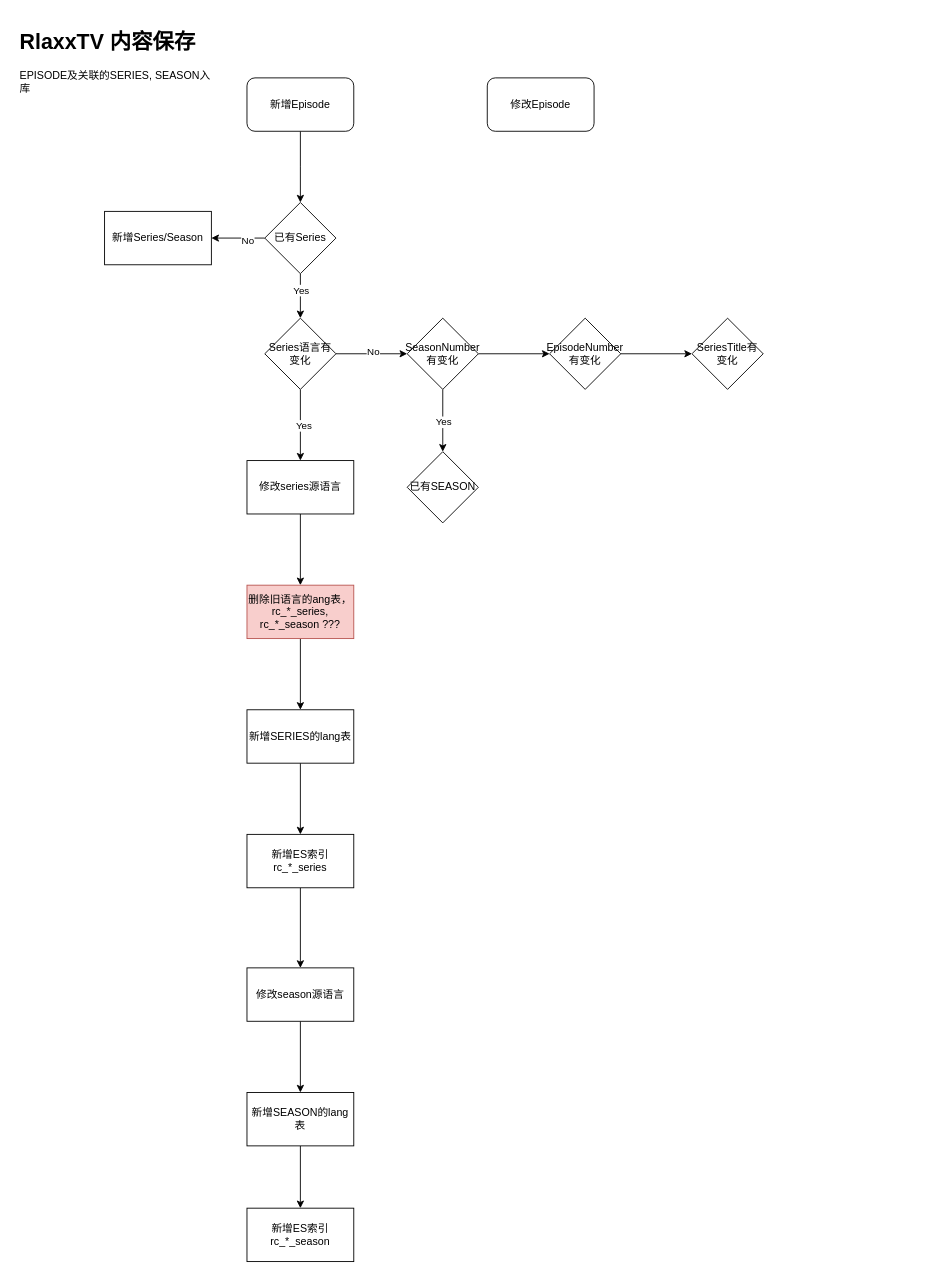
This is update/RlaxxTV内容保存.drawio from stevezhouht/baiduCDP, a draw.io file, before an edit. Source tidied: cells renumbered, new cells numbered last; positions are measured from the earlier drawing's top-left corner, leaving out a move shared by most shapes. Both pictures are drawn from the tidied source at 89%, with x=0, y=0 at pixel (15, 24).
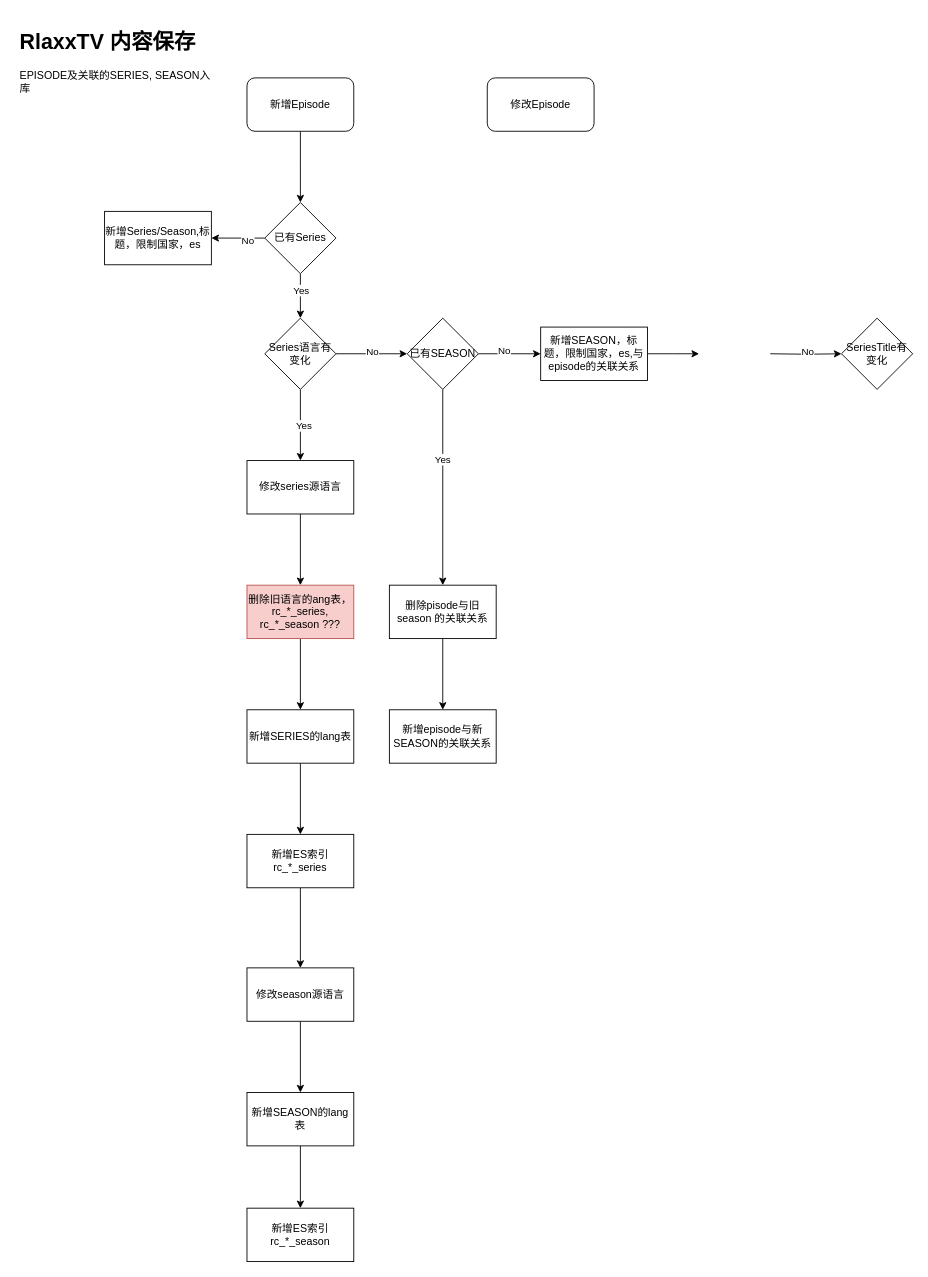
After the change.

Commit message (it also covers changes not shown here):
更新RlaxxTV内容保存.drawio

Unchanged cells that the change refers to:
```xml
<mxCell id="16" value="Series语言有变化" style="rhombus;whiteSpace=wrap;html=1;" parent="1" vertex="1">
  <mxGeometry x="280" y="330" width="80" height="80" as="geometry" />
</mxCell>
```

What changed in the source:
```diff
@@
-    <mxCell id="11" value="新增Series/Season" style="whiteSpace=wrap;html=1;" parent="1" vertex="1">
+    <mxCell id="11" value="新增Series/Season,标题，限制国家，es" style="whiteSpace=wrap;html=1;" parent="1" vertex="1">
       <mxGeometry x="100" y="210" width="120" height="60" as="geometry" />
     </mxCell>
@@
-    <mxCell id="14" style="edgeStyle=orthogonalEdgeStyle;rounded=0;jettySize=auto;html=1;" parent="1" edge="1" source="16" target="22">
-      <mxGeometry relative="1" as="geometry" />
+    <mxCell id="14" style="edgeStyle=orthogonalEdgeStyle;rounded=0;jettySize=auto;html=1;" parent="1" edge="1" source="16">
+      <mxGeometry relative="1" as="geometry">
+        <mxPoint x="440" y="370" as="targetPoint" />
+      </mxGeometry>
     </mxCell>
@@
-    <mxCell id="19" style="edgeStyle=orthogonalEdgeStyle;rounded=0;jettySize=auto;html=1;" parent="1" edge="1" source="22" target="34">
-      <mxGeometry relative="1" as="geometry" />
-    </mxCell>
-    <mxCell id="20" value="Yes" style="edgeLabel;html=1;align=center;verticalAlign=middle;" parent="19" vertex="1">
-      <mxGeometry x="0.03" relative="1" as="geometry" />
-    </mxCell>
-    <mxCell id="21" style="edgeStyle=orthogonalEdgeStyle;rounded=0;jettySize=auto;html=1;" parent="1" edge="1" source="22" target="36">
-      <mxGeometry relative="1" as="geometry" />
-    </mxCell>
-    <mxCell id="22" value="SeasonNumber有变化" style="rhombus;whiteSpace=wrap;html=1;" parent="1" vertex="1">
-      <mxGeometry x="440" y="330" width="80" height="80" as="geometry" />
-    </mxCell>
@@
+    <mxCell id="38" style="edgeStyle=orthogonalEdgeStyle;rounded=0;jettySize=auto;html=1;" parent="1" edge="1" source="34" target="43">
+      <mxGeometry relative="1" as="geometry" />
+    </mxCell>
+    <mxCell id="20" value="Yes" style="edgeLabel;html=1;align=center;verticalAlign=middle;" parent="38" vertex="1">
+      <mxGeometry x="-0.29" y="-1" relative="1" as="geometry" />
+    </mxCell>
+    <mxCell id="39" style="edgeStyle=orthogonalEdgeStyle;rounded=0;jettySize=auto;html=1;" parent="1" edge="1" source="34" target="46">
+      <mxGeometry relative="1" as="geometry" />
+    </mxCell>
+    <mxCell id="40" value="No" style="edgeLabel;html=1;align=center;verticalAlign=middle;" parent="39" vertex="1">
+      <mxGeometry x="-0.2" y="4" relative="1" as="geometry" />
+    </mxCell>
     <mxCell id="34" value="已有SEASON" style="rhombus;whiteSpace=wrap;html=1;" parent="1" vertex="1">
-      <mxGeometry x="440" y="480" width="80" height="80" as="geometry" />
+      <mxGeometry x="440" y="330" width="80" height="80" as="geometry" />
     </mxCell>
-    <mxCell id="35" style="edgeStyle=orthogonalEdgeStyle;rounded=0;jettySize=auto;html=1;" parent="1" edge="1" source="36" target="37">
-      <mxGeometry relative="1" as="geometry" />
+    <mxCell id="35" style="edgeStyle=orthogonalEdgeStyle;rounded=0;jettySize=auto;html=1;" parent="1" edge="1" target="37">
+      <mxGeometry relative="1" as="geometry">
+        <mxPoint x="848" y="370" as="sourcePoint" />
+      </mxGeometry>
     </mxCell>
-    <mxCell id="36" value="EpisodeNumber有变化" style="rhombus;whiteSpace=wrap;html=1;" parent="1" vertex="1">
-      <mxGeometry x="600" y="330" width="80" height="80" as="geometry" />
-    </mxCell>
+    <mxCell id="41" value="No" style="edgeLabel;html=1;align=center;verticalAlign=middle;" parent="35" vertex="1">
+      <mxGeometry x="0.05" y="3" relative="1" as="geometry" />
+    </mxCell>
     <mxCell id="37" value="SeriesTitle有变化" style="rhombus;whiteSpace=wrap;html=1;" parent="1" vertex="1">
-      <mxGeometry x="760" y="330" width="80" height="80" as="geometry" />
+      <mxGeometry x="928" y="330" width="80" height="80" as="geometry" />
     </mxCell>
+    <mxCell id="42" style="edgeStyle=orthogonalEdgeStyle;rounded=0;jettySize=auto;html=1;" parent="1" edge="1" source="43" target="44">
+      <mxGeometry relative="1" as="geometry" />
+    </mxCell>
+    <mxCell id="43" value="删除pisode与旧season 的关联关系" style="whiteSpace=wrap;html=1;" parent="1" vertex="1">
+      <mxGeometry x="420" y="630" width="120" height="60" as="geometry" />
+    </mxCell>
+    <mxCell id="44" value="新增episode与新SEASON的关联关系" style="whiteSpace=wrap;html=1;" parent="1" vertex="1">
+      <mxGeometry x="420" y="770" width="120" height="60" as="geometry" />
+    </mxCell>
+    <mxCell id="45" style="edgeStyle=orthogonalEdgeStyle;rounded=0;jettySize=auto;html=1;" parent="1" edge="1" source="46">
+      <mxGeometry relative="1" as="geometry">
+        <mxPoint x="768" y="370" as="targetPoint" />
+      </mxGeometry>
+    </mxCell>
+    <mxCell id="46" value="新增SEASON，标题，限制国家，es,与episode的关联关系" style="whiteSpace=wrap;html=1;" parent="1" vertex="1">
+      <mxGeometry x="590" y="340" width="120" height="60" as="geometry" />
+    </mxCell>
```
